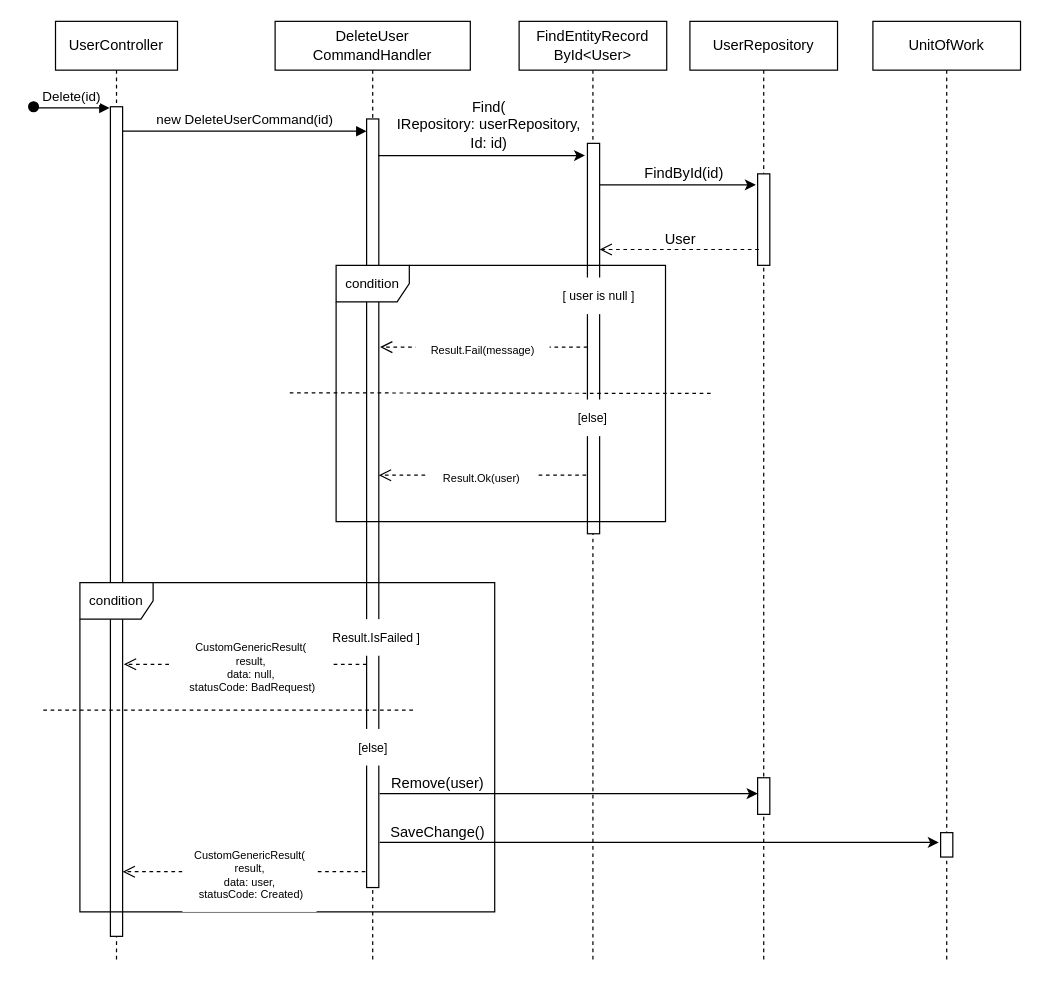
MahdiChoobin-81/CleanArchitecture_ASP keeps this draw.io diagram as Diagrams/sequenceDiagram_user_delete.drawio. Above is the earlier version. Source tidied: cells renumbered, new cells numbered last; positions are measured from the earlier drawing's top-left corner, leaving out a move shared by most shapes. Both pictures are drawn from the tidied source at 122%, with x=0, y=0 at pixel (33, 21).
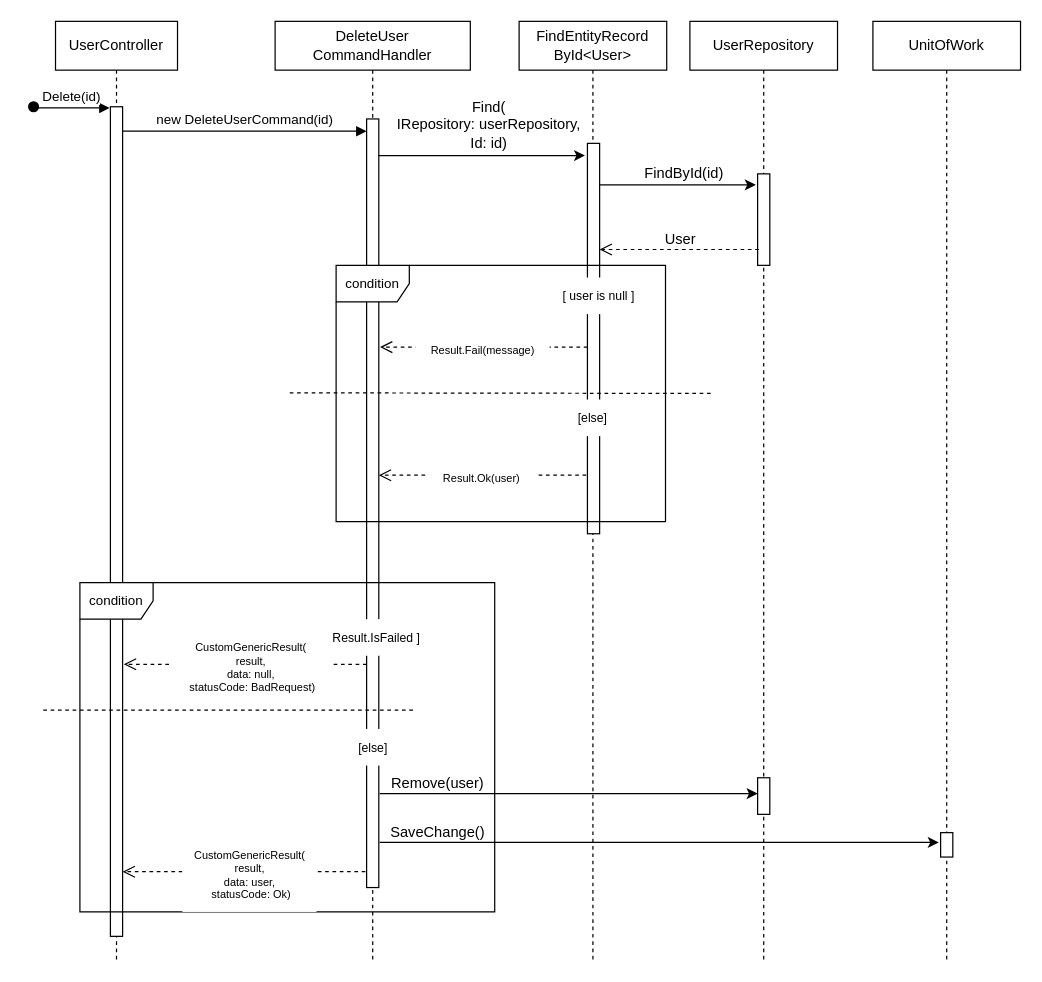
After the change.

What changed in the source:
```diff
@@
-    <mxCell id="27" value="&lt;font style=&quot;font-size: 9px;&quot;&gt;CustomGenericResult(&lt;br&gt;result,&lt;br style=&quot;font-size: 9px;&quot;&gt;data: user,&lt;br style=&quot;font-size: 9px;&quot;&gt;&amp;nbsp;statusCode: Created)&lt;/font&gt;" style="text;html=1;align=center;verticalAlign=middle;strokeColor=none;fillColor=default;fontSize=9;" parent="1" vertex="1">
+    <mxCell id="27" value="&lt;font style=&quot;font-size: 9px;&quot;&gt;CustomGenericResult(&lt;br&gt;result,&lt;br style=&quot;font-size: 9px;&quot;&gt;data: user,&lt;br style=&quot;font-size: 9px;&quot;&gt;&amp;nbsp;statusCode: Ok)&lt;/font&gt;" style="text;html=1;align=center;verticalAlign=middle;strokeColor=none;fillColor=default;fontSize=9;" parent="1" vertex="1">
       <mxGeometry x="122" y="670" width="110" height="60" as="geometry" />
     </mxCell>
```
